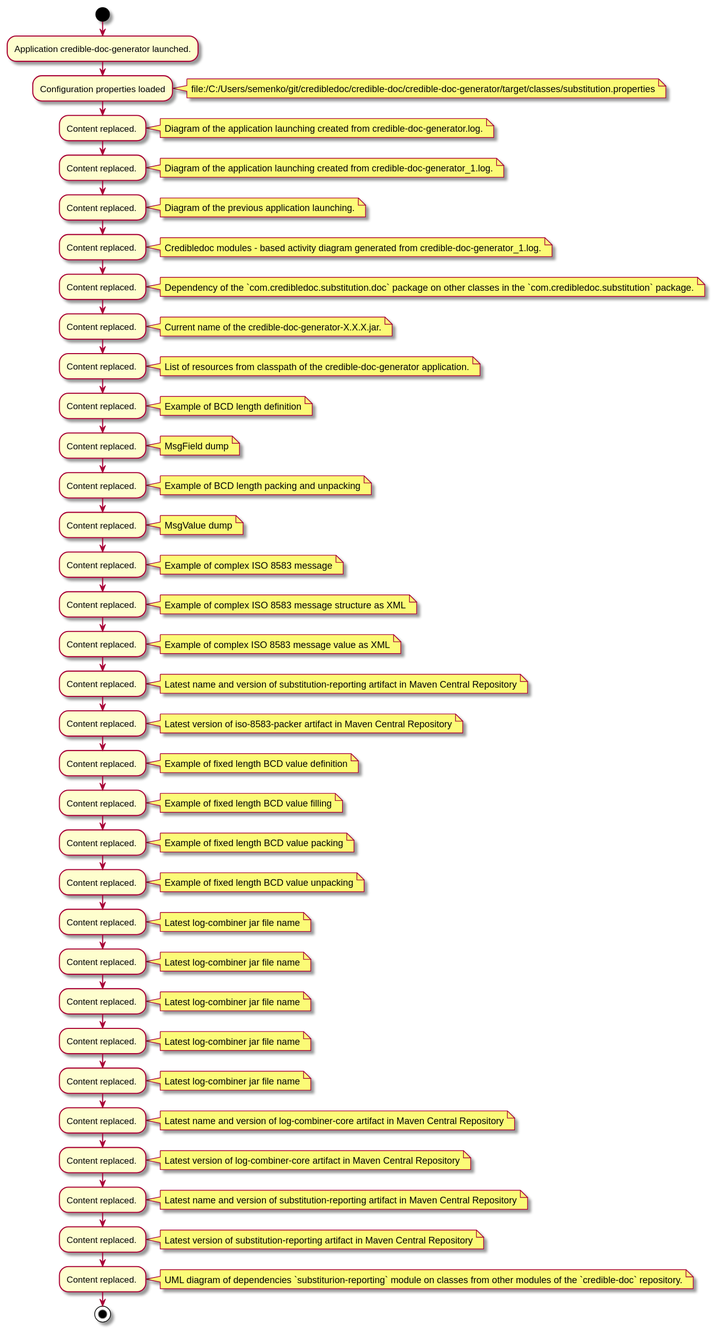
credibledoc/credible-doc keeps this PlantUML diagram as credible-doc-generator/doc/img/diagrams.md_2.svg. Above is the earlier version.
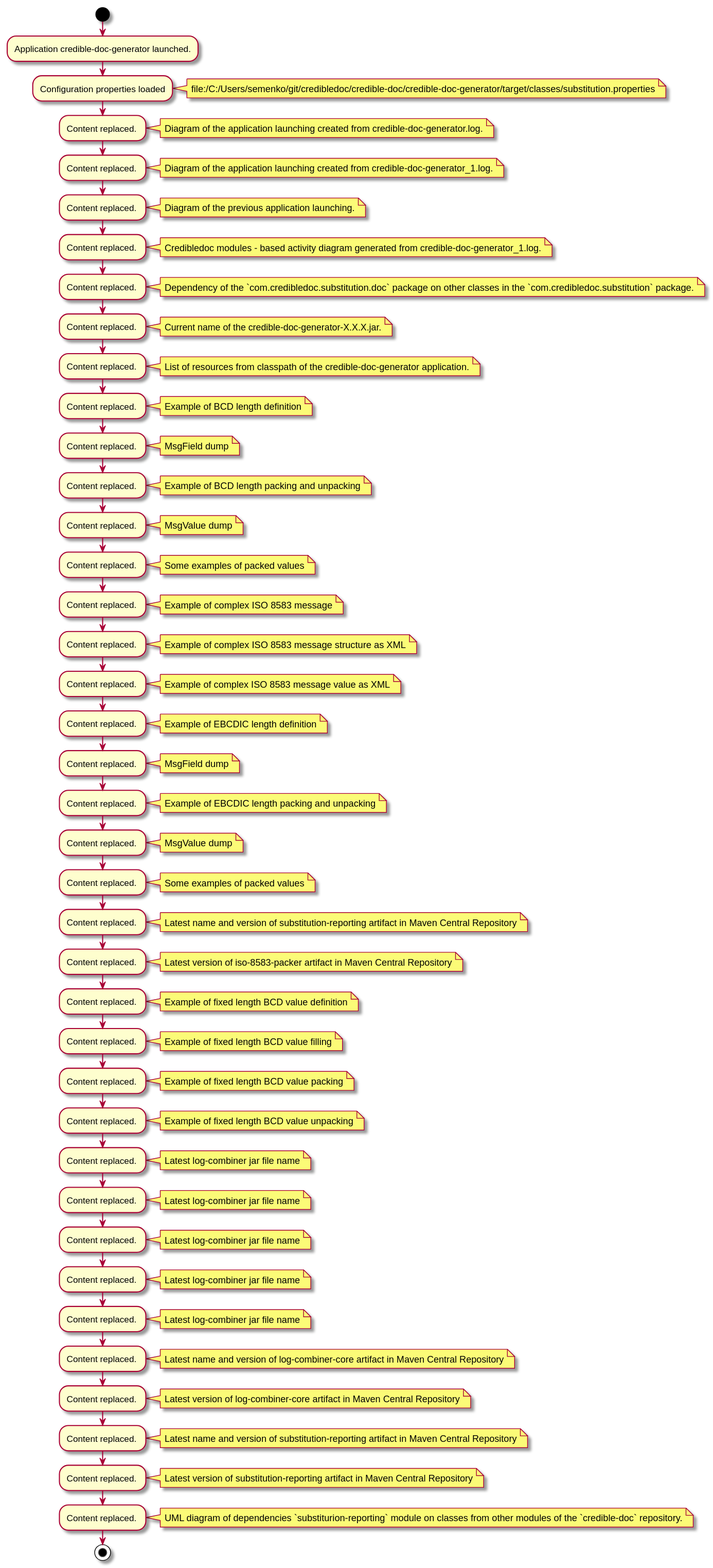
The same file after the commit.

What changed in the source:
```diff
@@ -64,6 +64,11 @@
 
 :Content replaced. ;
 note right
+Some examples of packed values
+end note
+
+:Content replaced. ;
+note right
 Example of complex ISO 8583 message
 end note
 
@@ -75,6 +80,31 @@
 :Content replaced. ;
 note right
 Example of complex ISO 8583 message value as XML
+end note
+
+:Content replaced. ;
+note right
+Example of EBCDIC length definition
+end note
+
+:Content replaced. ;
+note right
+MsgField dump
+end note
+
+:Content replaced. ;
+note right
+Example of EBCDIC length packing and unpacking
+end note
+
+:Content replaced. ;
+note right
+MsgValue dump
+end note
+
+:Content replaced. ;
+note right
+Some examples of packed values
 end note
 
 :Content replaced. ;
```
